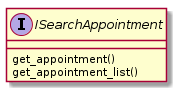
Above: doc/isearch_appointment.png in bugagashen6ka/quark (PlantUML), before the change. The source it was exported from:
```plantuml
@startuml
interface ISearchAppointment {
  get_appointment()
  get_appointment_list()
}
@enduml
```
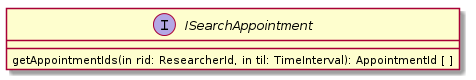
After the commit.

The edit, as a diff of the source:
```diff
@@ -1,6 +1,5 @@
 @startuml
 interface ISearchAppointment {
-  get_appointment()
-  get_appointment_list()
+  getAppointmentIds(in rid: ResearcherId, in til: TimeInterval): AppointmentId [ ]
 }
 @enduml
```
